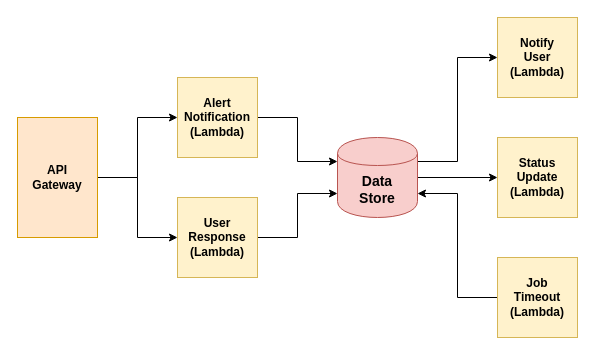
The draw.io diagram docs/diagrams/web_server_architecture.drawio in mozilla/MozDef-Triage-Bot, before the edit. Source tidied: cells renumbered, new cells numbered last; positions are measured from the earlier drawing's top-left corner, leaving out a move shared by most shapes. Both pictures are drawn from the tidied source at 100%, with x=0, y=0 at pixel (17, 17).
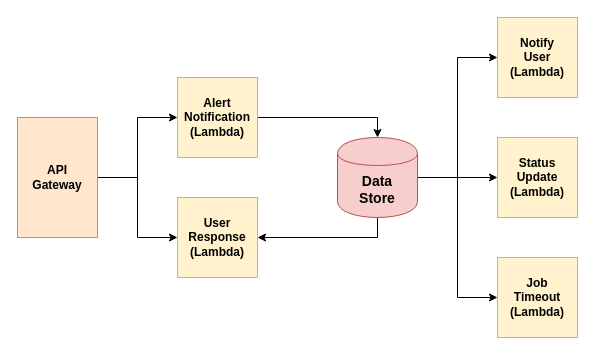
The same diagram, later.

Commit message (it also covers changes not shown here):
Correct and tidy web server architecture diagram

Diff of the diagram source:
```diff
@@
 <mxGraphModel>
   <root>
     <mxCell id="0" />
     <mxCell id="1" parent="0" />
-    <mxCell id="2" style="edgeStyle=orthogonalEdgeStyle;rounded=0;jettySize=auto;html=1;exitX=1;exitY=0.5;exitDx=0;exitDy=0;entryX=0;entryY=0.3;entryDx=0;entryDy=0;" parent="1" edge="1" source="3" target="8">
+    <mxCell id="2" style="edgeStyle=orthogonalEdgeStyle;rounded=0;jettySize=auto;html=1;exitX=1;exitY=0.5;exitDx=0;exitDy=0;entryX=0.5;entryY=0;entryDx=0;entryDy=0;" parent="1" edge="1" source="3" target="8">
       <mxGeometry relative="1" as="geometry" />
     </mxCell>
     <mxCell id="3" value="Alert&lt;br&gt;Notification&lt;br&gt;(Lambda)" style="whiteSpace=wrap;html=1;fillColor=#fff2cc;strokeColor=#d6b656;fontStyle=1;" parent="1" vertex="1">
       <mxGeometry x="160" y="60" width="80" height="80" as="geometry" />
     </mxCell>
-    <mxCell id="4" style="edgeStyle=orthogonalEdgeStyle;rounded=0;jettySize=auto;html=1;exitX=1;exitY=0.5;exitDx=0;exitDy=0;entryX=0;entryY=0.7;entryDx=0;entryDy=0;startArrow=none;startFill=0;" parent="1" edge="1" source="5" target="8">
-      <mxGeometry relative="1" as="geometry" />
-    </mxCell>
     <mxCell id="5" value="User&lt;br&gt;Response&lt;br&gt;(Lambda)" style="whiteSpace=wrap;html=1;fillColor=#fff2cc;strokeColor=#d6b656;fontStyle=1;" parent="1" vertex="1">
       <mxGeometry x="160" y="180" width="80" height="80" as="geometry" />
     </mxCell>
-    <mxCell id="6" style="edgeStyle=orthogonalEdgeStyle;rounded=0;jettySize=auto;html=1;exitX=1;exitY=0.3;exitDx=0;exitDy=0;entryX=0;entryY=0.5;entryDx=0;entryDy=0;startArrow=none;startFill=0;" parent="1" edge="1" source="8" target="9">
+    <mxCell id="6" style="edgeStyle=orthogonalEdgeStyle;rounded=0;jettySize=auto;html=1;exitX=1;exitY=0.5;exitDx=0;exitDy=0;entryX=0;entryY=0.5;entryDx=0;entryDy=0;startArrow=none;startFill=0;" parent="1" edge="1" source="8" target="9">
       <mxGeometry relative="1" as="geometry" />
     </mxCell>
     <mxCell id="7" style="edgeStyle=orthogonalEdgeStyle;rounded=0;jettySize=auto;html=1;exitX=1;exitY=0.5;exitDx=0;exitDy=0;entryX=0;entryY=0.5;entryDx=0;entryDy=0;startArrow=none;startFill=0;" parent="1" edge="1" source="8" target="15">
       <mxGeometry relative="1" as="geometry" />
     </mxCell>
+    <mxCell id="16" style="edgeStyle=orthogonalEdgeStyle;rounded=0;jettySize=auto;html=1;exitX=1;exitY=0.5;exitDx=0;exitDy=0;entryX=0;entryY=0.5;entryDx=0;entryDy=0;" parent="1" edge="1" source="8" target="11">
+      <mxGeometry relative="1" as="geometry" />
+    </mxCell>
+    <mxCell id="17" style="edgeStyle=orthogonalEdgeStyle;rounded=0;jettySize=auto;html=1;exitX=0.5;exitY=1;exitDx=0;exitDy=0;entryX=1;entryY=0.5;entryDx=0;entryDy=0;" parent="1" edge="1" source="8" target="5">
+      <mxGeometry relative="1" as="geometry" />
+    </mxCell>
     <mxCell id="8" value="Data&lt;br&gt;Store" style="shape=cylinder;whiteSpace=wrap;html=1;boundedLbl=1;backgroundOutline=1;fontSize=14;fontStyle=1;fillColor=#f8cecc;strokeColor=#b85450;" parent="1" vertex="1">
       <mxGeometry x="320" y="120" width="80" height="80" as="geometry" />
     </mxCell>
     <mxCell id="9" value="Notify&lt;br&gt;User&lt;br&gt;(Lambda)" style="whiteSpace=wrap;html=1;fillColor=#fff2cc;strokeColor=#d6b656;fontStyle=1;" parent="1" vertex="1">
       <mxGeometry x="480" width="80" height="80" as="geometry" />
     </mxCell>
-    <mxCell id="10" style="edgeStyle=orthogonalEdgeStyle;rounded=0;jettySize=auto;html=1;exitX=0;exitY=0.5;exitDx=0;exitDy=0;entryX=1;entryY=0.7;entryDx=0;entryDy=0;startArrow=none;startFill=0;" parent="1" edge="1" source="11" target="8">
-      <mxGeometry relative="1" as="geometry" />
-    </mxCell>
     <mxCell id="11" value="Job&lt;br&gt;Timeout&lt;br&gt;(Lambda)" style="whiteSpace=wrap;html=1;fillColor=#fff2cc;strokeColor=#d6b656;fontStyle=1;" parent="1" vertex="1">
       <mxGeometry x="480" y="240" width="80" height="80" as="geometry" />
     </mxCell>
     <mxCell id="12" style="edgeStyle=orthogonalEdgeStyle;rounded=0;jettySize=auto;html=1;exitX=1;exitY=0.5;exitDx=0;exitDy=0;entryX=0;entryY=0.5;entryDx=0;entryDy=0;" parent="1" edge="1" source="14" target="3">
       <mxGeometry relative="1" as="geometry" />
     </mxCell>
     <mxCell id="13" style="edgeStyle=orthogonalEdgeStyle;rounded=0;jettySize=auto;html=1;exitX=1;exitY=0.5;exitDx=0;exitDy=0;entryX=0;entryY=0.5;entryDx=0;entryDy=0;" parent="1" edge="1" source="14" target="5">
       <mxGeometry relative="1" as="geometry" />
     </mxCell>
     <mxCell id="14" value="API&lt;br&gt;Gateway" style="rounded=0;whiteSpace=wrap;html=1;fontStyle=1;fillColor=#ffe6cc;strokeColor=#d79b00;" parent="1" vertex="1">
       <mxGeometry y="100" width="80" height="120" as="geometry" />
     </mxCell>
     <mxCell id="15" value="Status&lt;br&gt;Update&lt;br&gt;(Lambda)" style="whiteSpace=wrap;html=1;fillColor=#fff2cc;strokeColor=#d6b656;fontStyle=1;" parent="1" vertex="1">
       <mxGeometry x="480" y="120" width="80" height="80" as="geometry" />
     </mxCell>
   </root>
 </mxGraphModel>
```
